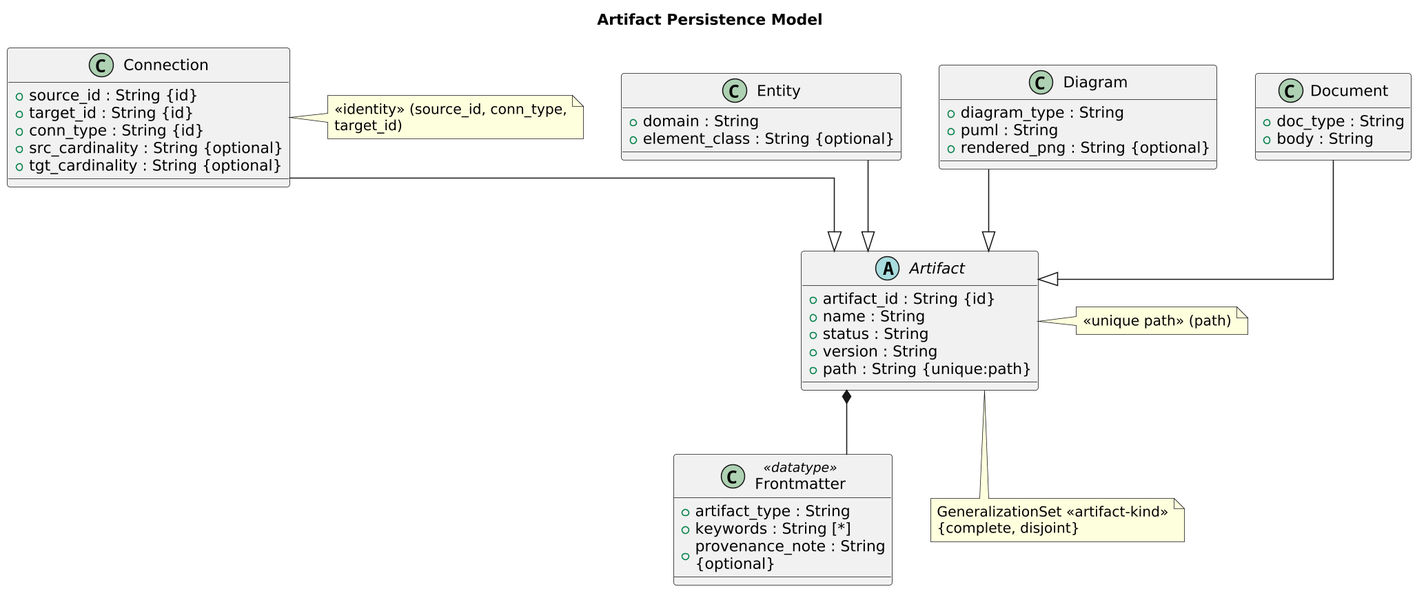
mbauer83/architectonic keeps this PlantUML diagram as engagements/ENG-ARCH-REPO/architecture-repository/diagram-catalog/rendered/meta-ontology/DATATY@1782085920.9Nrbqf.artifact-persistence-model.png. Above is the earlier version.
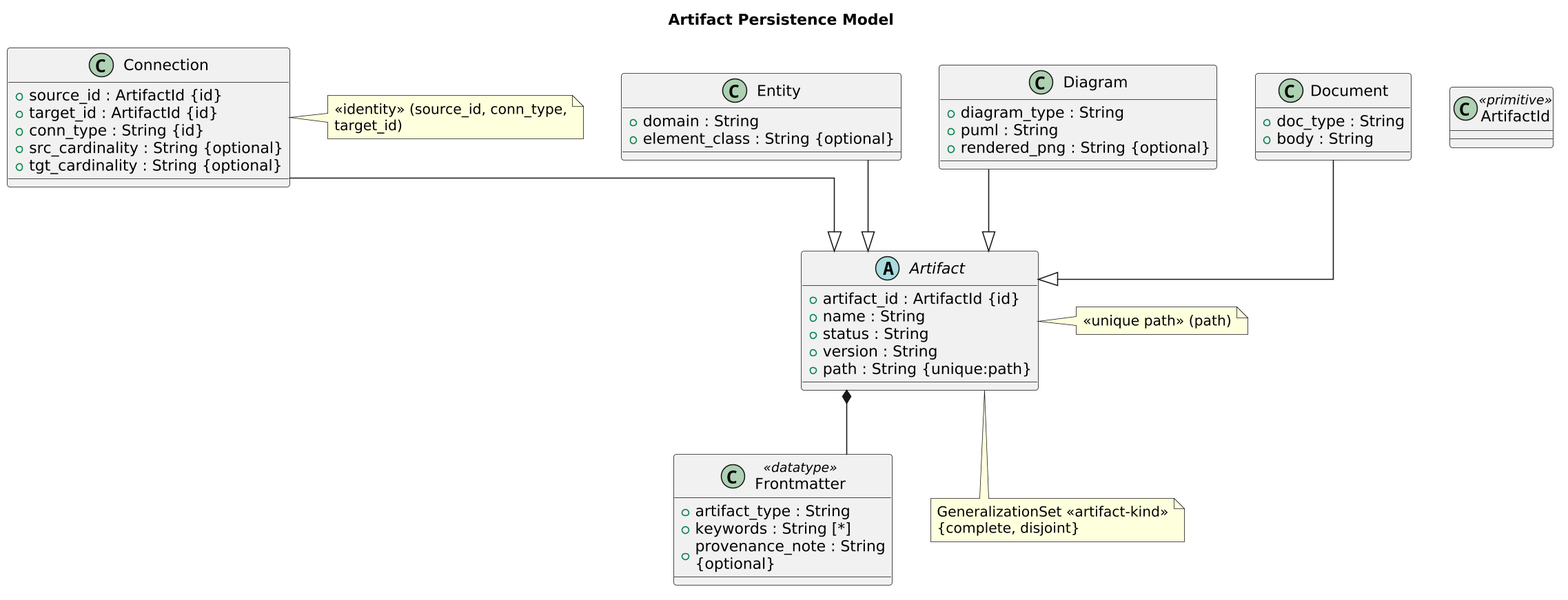
The same diagram one commit later.

Commit message:
Model: type the persistence model's identifiers as the primitive they are

`artifact_id`, `source_id` and `target_id` were String, with the shape of the thing
written out in prose beside one of them: PREFIX@epoch.random.slug, immutable, unchanged
by a rename. That is a leaf value with no internal structure, which is what a primitive
is, so the model says it as ArtifactId rather than as a note.

The diagram is also the first place this repository declares a primitive of its own,
which is what the type catalog can now report.

The edit, as a diff of the source:
```diff
@@ -5,8 +5,11 @@
 skinparam wrapWidth 240
 skinparam maxMessageSize 240
 
+class "ArtifactId" as _CLF_1786983687_foS_lP_artifact_id <<primitive>> {
+}
+
 abstract class "Artifact" as _CLF_1782085920_ShZ_Qq_artifact {
-  + artifact_id : String {id}
+  + artifact_id : ArtifactId {id}
   + name : String
   + status : String
   + version : String
@@ -22,8 +25,8 @@
 }
 
 class "Connection" as _CLF_1782085920_LEgkrJ_connection {
-  + source_id : String {id}
-  + target_id : String {id}
+  + source_id : ArtifactId {id}
+  + target_id : ArtifactId {id}
   + conn_type : String {id}
   + src_cardinality : String {optional}
   + tgt_cardinality : String {optional}
```
